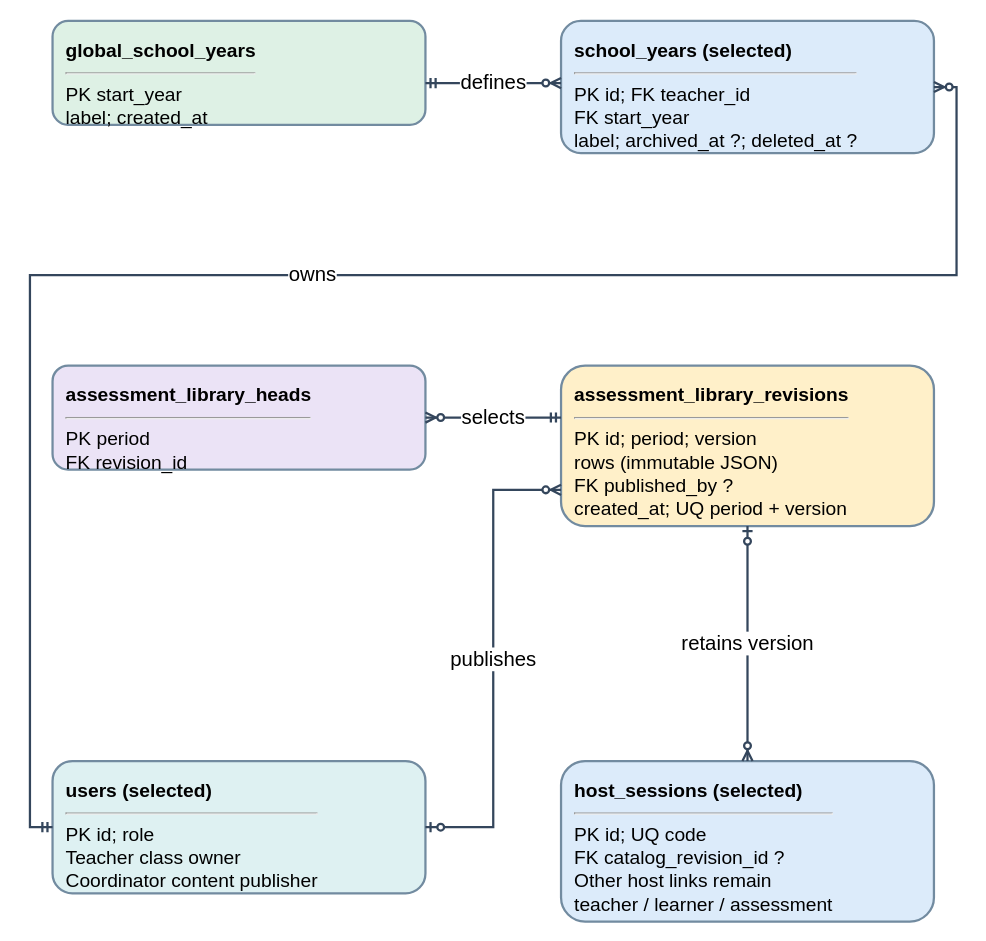
Earlier version of the draw.io diagram docs/diagrams/class-workspaces/figure-26b-coordinator-erd.drawio (AkuSayangKamuJudaSayang/crl-app). Source tidied: cells renumbered, new cells numbered last; positions are measured from the earlier drawing's top-left corner, leaving out a move shared by most shapes. Both pictures are drawn from the tidied source at 113%, with x=0, y=0 at pixel (29, 20).
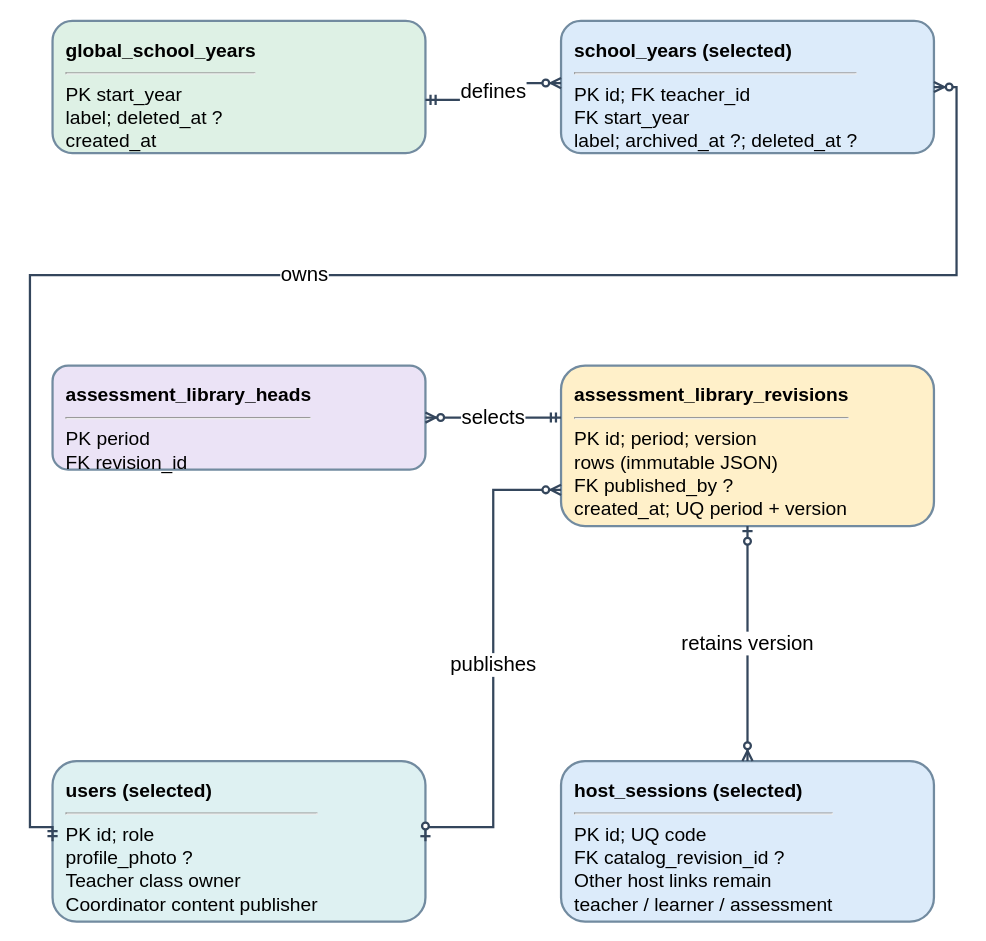
The same diagram, later.

What changed in the source:
```diff
@@
 <mxGraphModel>
   <root>
     <mxCell id="0" />
     <mxCell id="1" parent="0" />
-    <mxCell id="2" value="&lt;b&gt;global_school_years&lt;/b&gt;&lt;br&gt;&lt;hr&gt;PK start_year&lt;br&gt;label; created_at" style="rounded=1;html=1;whiteSpace=wrap;fillColor=#def1e5;strokeColor=#728ba0;strokeWidth=2;align=left;verticalAlign=top;spacing=12;fontSize=18;fontFamily=Arial;fontSize=17;" parent="1" vertex="1">
-      <mxGeometry x="20" width="330" height="92" as="geometry" />
+    <mxCell id="2" value="&lt;b&gt;global_school_years&lt;/b&gt;&lt;br&gt;&lt;hr&gt;PK start_year&lt;br&gt;label; deleted_at ?&lt;br&gt;created_at" style="rounded=1;html=1;whiteSpace=wrap;fillColor=#def1e5;strokeColor=#728ba0;strokeWidth=2;align=left;verticalAlign=top;spacing=12;fontSize=18;fontFamily=Arial;fontSize=17;" parent="1" vertex="1">
+      <mxGeometry x="20" width="330" height="117" as="geometry" />
     </mxCell>
     <mxCell id="3" value="&lt;b&gt;school_years (selected)&lt;/b&gt;&lt;br&gt;&lt;hr&gt;PK id; FK teacher_id&lt;br&gt;FK start_year&lt;br&gt;label; archived_at ?; deleted_at ?" style="rounded=1;html=1;whiteSpace=wrap;fillColor=#dcebfa;strokeColor=#728ba0;strokeWidth=2;align=left;verticalAlign=top;spacing=12;fontSize=18;fontFamily=Arial;fontSize=17;" parent="1" vertex="1">
       <mxGeometry x="470" width="330" height="117" as="geometry" />
     </mxCell>
     <mxCell id="4" value="&lt;b&gt;assessment_library_heads&lt;/b&gt;&lt;br&gt;&lt;hr&gt;PK period&lt;br&gt;FK revision_id" style="rounded=1;html=1;whiteSpace=wrap;fillColor=#ebe3f6;strokeColor=#728ba0;strokeWidth=2;align=left;verticalAlign=top;spacing=12;fontSize=18;fontFamily=Arial;fontSize=17;" parent="1" vertex="1">
       <mxGeometry x="20" y="305" width="330" height="92" as="geometry" />
     </mxCell>
     <mxCell id="5" value="&lt;b&gt;assessment_library_revisions&lt;/b&gt;&lt;br&gt;&lt;hr&gt;PK id; period; version&lt;br&gt;rows (immutable JSON)&lt;br&gt;FK published_by ?&lt;br&gt;created_at; UQ period + version" style="rounded=1;html=1;whiteSpace=wrap;fillColor=#fff0c9;strokeColor=#728ba0;strokeWidth=2;align=left;verticalAlign=top;spacing=12;fontSize=18;fontFamily=Arial;fontSize=17;" parent="1" vertex="1">
       <mxGeometry x="470" y="305" width="330" height="142" as="geometry" />
     </mxCell>
-    <mxCell id="6" value="&lt;b&gt;users (selected)&lt;/b&gt;&lt;br&gt;&lt;hr&gt;PK id; role&lt;br&gt;Teacher class owner&lt;br&gt;Coordinator content publisher" style="rounded=1;html=1;whiteSpace=wrap;fillColor=#def1f2;strokeColor=#728ba0;strokeWidth=2;align=left;verticalAlign=top;spacing=12;fontSize=18;fontFamily=Arial;fontSize=17;" parent="1" vertex="1">
-      <mxGeometry x="20" y="655" width="330" height="117" as="geometry" />
+    <mxCell id="6" value="&lt;b&gt;users (selected)&lt;/b&gt;&lt;br&gt;&lt;hr&gt;PK id; role&lt;br&gt;profile_photo ?&lt;br&gt;Teacher class owner&lt;br&gt;Coordinator content publisher" style="rounded=1;html=1;whiteSpace=wrap;fillColor=#def1f2;strokeColor=#728ba0;strokeWidth=2;align=left;verticalAlign=top;spacing=12;fontSize=18;fontFamily=Arial;fontSize=17;" parent="1" vertex="1">
+      <mxGeometry x="20" y="655" width="330" height="142" as="geometry" />
     </mxCell>
     <mxCell id="7" value="&lt;b&gt;host_sessions (selected)&lt;/b&gt;&lt;br&gt;&lt;hr&gt;PK id; UQ code&lt;br&gt;FK catalog_revision_id ?&lt;br&gt;Other host links remain&lt;br&gt;teacher / learner / assessment" style="rounded=1;html=1;whiteSpace=wrap;fillColor=#dcebfa;strokeColor=#728ba0;strokeWidth=2;align=left;verticalAlign=top;spacing=12;fontSize=18;fontFamily=Arial;fontSize=17;" parent="1" vertex="1">
       <mxGeometry x="470" y="655" width="330" height="142" as="geometry" />
     </mxCell>
     <mxCell id="8" value="defines" style="edgeStyle=orthogonalEdgeStyle;rounded=0;html=1;endArrow=none;strokeColor=#34465c;strokeWidth=2;exitX=1;exitY=0.597826;entryX=0;entryY=0.470085;fontSize=18;labelBackgroundColor=#ffffff;startArrow=ERmandOne;endArrow=ERzeroToMany;startArrow=ERmandOne;endArrow=ERzeroToMany;" parent="1" edge="1" source="2" target="3">
       <mxGeometry relative="1" as="geometry" />
     </mxCell>
     <mxCell id="9" value="owns" style="edgeStyle=orthogonalEdgeStyle;rounded=0;html=1;endArrow=none;strokeColor=#34465c;strokeWidth=2;exitX=0;exitY=0.5;entryX=1;entryY=0.5;fontSize=18;labelBackgroundColor=#ffffff;startArrow=ERmandOne;endArrow=ERzeroToMany;startArrow=ERmandOne;endArrow=ERzeroToMany;" parent="1" edge="1" source="6" target="3">
       <mxGeometry relative="1" as="geometry">
         <Array as="points">
           <mxPoint y="713.5" />
           <mxPoint y="225" />
           <mxPoint x="820" y="225" />
           <mxPoint x="820" y="58.5" />
         </Array>
       </mxGeometry>
     </mxCell>
     <mxCell id="10" value="selects" style="edgeStyle=orthogonalEdgeStyle;rounded=0;html=1;endArrow=none;strokeColor=#34465c;strokeWidth=2;exitX=1;exitY=0.5;entryX=0;entryY=0.323944;fontSize=18;labelBackgroundColor=#ffffff;startArrow=ERzeroToOne;endArrow=ERone;startArrow=ERzeroToMany;endArrow=ERmandOne;" parent="1" edge="1" source="4" target="5">
       <mxGeometry relative="1" as="geometry" />
     </mxCell>
     <mxCell id="11" value="publishes" style="edgeStyle=orthogonalEdgeStyle;rounded=0;html=1;endArrow=none;strokeColor=#34465c;strokeWidth=2;exitX=1;exitY=0.5;entryX=0;entryY=0.774648;fontSize=18;labelBackgroundColor=#ffffff;startArrow=ERzeroToOne;endArrow=ERzeroToMany;startArrow=ERzeroToOne;endArrow=ERzeroToMany;" parent="1" edge="1" source="6" target="5">
       <mxGeometry relative="1" as="geometry">
         <Array as="points">
           <mxPoint x="410" y="713.5" />
           <mxPoint x="410" y="415" />
         </Array>
       </mxGeometry>
     </mxCell>
     <mxCell id="12" value="retains version" style="edgeStyle=orthogonalEdgeStyle;rounded=0;html=1;endArrow=none;strokeColor=#34465c;strokeWidth=2;exitX=0.5;exitY=1;entryX=0.5;entryY=0;fontSize=18;labelBackgroundColor=#ffffff;startArrow=ERzeroToOne;endArrow=ERzeroToMany;startArrow=ERzeroToOne;endArrow=ERzeroToMany;" parent="1" edge="1" source="5" target="7">
       <mxGeometry relative="1" as="geometry" />
     </mxCell>
   </root>
 </mxGraphModel>
```
